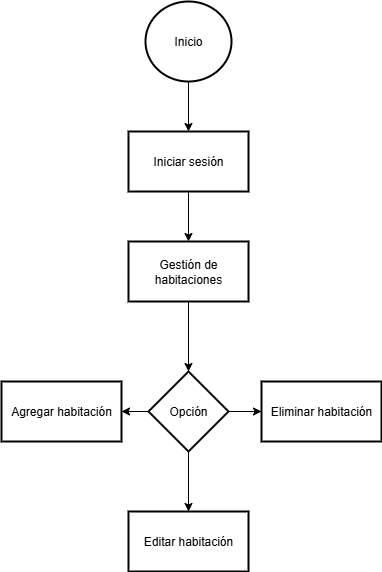
This is Flujograma de gestión de habitaciones.png from DjGuetta/App-Hotel-Management, a draw.io export, as it was before one commit. Source tidied: cells renumbered, new cells last; positions are measured from the earlier drawing's top-left corner, leaving out a move shared by most shapes.
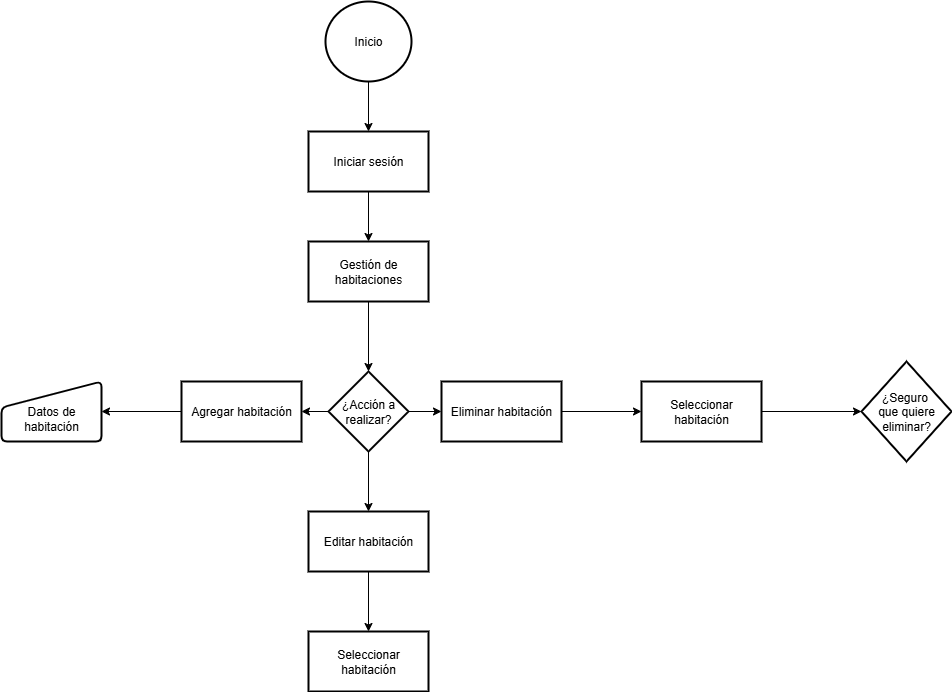
After the commit.

The edit, as a diff of the source:
```diff
@@ -29,17 +29,41 @@
     <mxCell id="10" style="edgeStyle=orthogonalEdgeStyle;rounded=0;jettySize=auto;html=1;" parent="1" edge="1" source="11" target="14">
       <mxGeometry relative="1" as="geometry" />
     </mxCell>
-    <mxCell id="11" value="Opción" style="rhombus;whiteSpace=wrap;html=1;strokeWidth=2;" parent="1" vertex="1">
+    <mxCell id="11" value="¿Acción a realizar?" style="rhombus;whiteSpace=wrap;html=1;strokeWidth=2;" parent="1" vertex="1">
       <mxGeometry x="147" y="370" width="80" height="80" as="geometry" />
     </mxCell>
+    <mxCell id="15" style="edgeStyle=orthogonalEdgeStyle;rounded=0;jettySize=auto;html=1;" parent="1" edge="1" source="12" target="19">
+      <mxGeometry relative="1" as="geometry" />
+    </mxCell>
     <mxCell id="12" value="Agregar habitación" style="whiteSpace=wrap;html=1;strokeWidth=2;" parent="1" vertex="1">
       <mxGeometry y="380" width="120" height="60" as="geometry" />
     </mxCell>
+    <mxCell id="16" style="edgeStyle=orthogonalEdgeStyle;rounded=0;jettySize=auto;html=1;" parent="1" edge="1" source="13" target="18">
+      <mxGeometry relative="1" as="geometry" />
+    </mxCell>
     <mxCell id="13" value="Editar habitación" style="whiteSpace=wrap;html=1;strokeWidth=2;" parent="1" vertex="1">
       <mxGeometry x="127" y="510" width="120" height="60" as="geometry" />
     </mxCell>
+    <mxCell id="17" style="edgeStyle=orthogonalEdgeStyle;rounded=0;jettySize=auto;html=1;" parent="1" edge="1" source="14" target="21">
+      <mxGeometry relative="1" as="geometry" />
+    </mxCell>
     <mxCell id="14" value="Eliminar habitación" style="whiteSpace=wrap;html=1;strokeWidth=2;" parent="1" vertex="1">
       <mxGeometry x="260" y="380" width="120" height="60" as="geometry" />
     </mxCell>
+    <mxCell id="18" value="Seleccionar habitación" style="whiteSpace=wrap;html=1;strokeWidth=2;" parent="1" vertex="1">
+      <mxGeometry x="127" y="630" width="120" height="60" as="geometry" />
+    </mxCell>
+    <mxCell id="19" value="&lt;div&gt;&lt;br&gt;&lt;/div&gt;Datos de habitación" style="html=1;strokeWidth=2;shape=manualInput;whiteSpace=wrap;rounded=1;size=26;arcSize=11;" parent="1" vertex="1">
+      <mxGeometry x="-180" y="380" width="100" height="60" as="geometry" />
+    </mxCell>
+    <mxCell id="20" style="edgeStyle=orthogonalEdgeStyle;rounded=0;jettySize=auto;html=1;" parent="1" edge="1" source="21" target="22">
+      <mxGeometry relative="1" as="geometry" />
+    </mxCell>
+    <mxCell id="21" value="Seleccionar habitación" style="whiteSpace=wrap;html=1;strokeWidth=2;" parent="1" vertex="1">
+      <mxGeometry x="460" y="380" width="120" height="60" as="geometry" />
+    </mxCell>
+    <mxCell id="22" value="¿Seguro&amp;nbsp;&lt;div&gt;que quiere eliminar?&lt;/div&gt;" style="rhombus;whiteSpace=wrap;html=1;strokeWidth=2;" parent="1" vertex="1">
+      <mxGeometry x="680" y="360" width="90" height="100" as="geometry" />
+    </mxCell>
   </root>
 </mxGraphModel>
```
